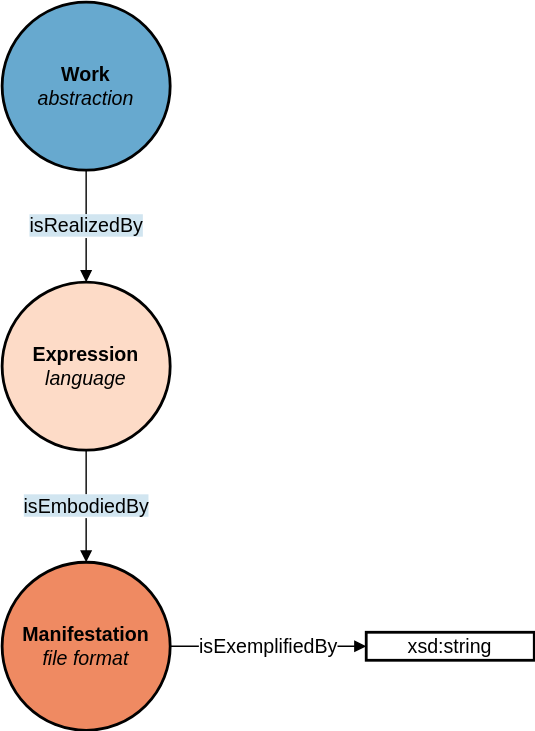
This is doc/img/abstraction_levels.svg from swiss/fedlex-jolux, a draw.io export, as it was before one commit. Source tidied: cells renumbered, new cells last; positions are measured from the earlier drawing's top-left corner, leaving out a move shared by most shapes.
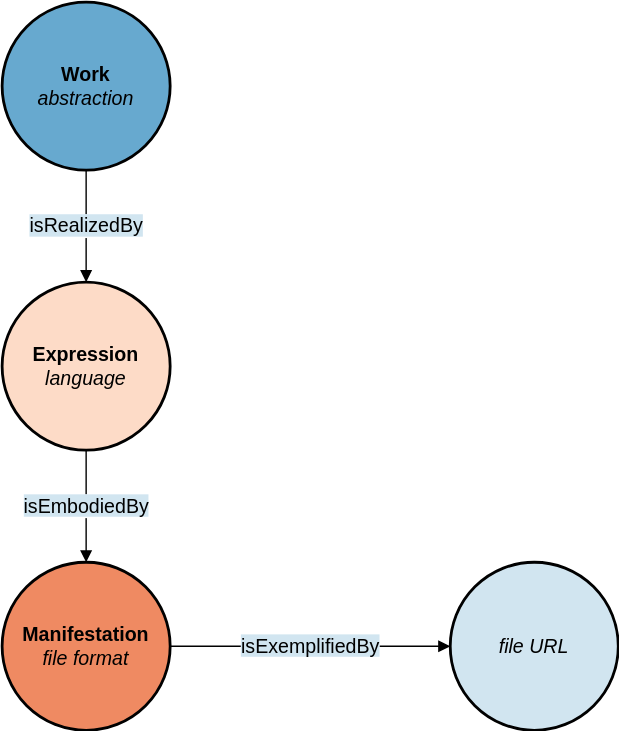
Later version of the same file.

The edit, as a diff of the source:
```diff
@@ -5,12 +5,6 @@
     <mxCell id="2" value="&lt;b&gt;Work&lt;/b&gt;&lt;br&gt;&lt;i&gt;abstraction&lt;/i&gt;" style="ellipse;whiteSpace=wrap;html=1;rounded=0;shadow=0;glass=0;comic=0;strokeColor=#000000;strokeWidth=2;fillColor=#67A9CF;gradientColor=none;fontSize=14;fontColor=#000000;align=center;" parent="1" vertex="1">
       <mxGeometry width="120" height="120" as="geometry" />
     </mxCell>
-    <mxCell id="3" value="xsd:string" style="whiteSpace=wrap;html=1;rounded=0;shadow=0;glass=0;comic=0;strokeColor=#000000;strokeWidth=2;fillColor=#FFFFFF;gradientColor=none;fontSize=14;fontColor=#000000;align=center;" parent="1" vertex="1">
-      <mxGeometry x="260" y="450" width="120" height="20" as="geometry" />
-    </mxCell>
-    <mxCell id="4" value="isExemplifiedBy" style="endArrow=block;html=1;strokeColor=#000000;fontSize=14;fontColor=#000000;endFill=1;exitX=1;exitY=0.5;exitDx=0;exitDy=0;entryX=0;entryY=0.5;entryDx=0;entryDy=0;" parent="1" edge="1" source="7" target="3">
-      <mxGeometry relative="1" as="geometry" />
-    </mxCell>
     <mxCell id="5" value="&lt;span style=&quot;background-color: rgb(209, 229, 240);&quot;&gt;isRealizedBy&lt;/span&gt;" style="endArrow=block;html=1;strokeColor=#000000;fontSize=14;fontColor=#000000;endFill=1;exitX=0.5;exitY=1;exitDx=0;exitDy=0;entryX=0.5;entryY=0;entryDx=0;entryDy=0;" parent="1" edge="1" source="2" target="6">
       <mxGeometry relative="1" as="geometry" />
     </mxCell>
@@ -23,5 +17,11 @@
     <mxCell id="8" value="&lt;span style=&quot;background-color: rgb(209, 229, 240);&quot;&gt;isEmbodiedBy&lt;/span&gt;" style="endArrow=block;html=1;strokeColor=#000000;fontSize=14;fontColor=#000000;endFill=1;exitX=0.5;exitY=1;exitDx=0;exitDy=0;entryX=0.5;entryY=0;entryDx=0;entryDy=0;" parent="1" edge="1" source="6" target="7">
       <mxGeometry relative="1" as="geometry" />
     </mxCell>
+    <mxCell id="9" value="&lt;i&gt;file URL&lt;/i&gt;" style="ellipse;whiteSpace=wrap;html=1;rounded=0;shadow=0;glass=0;comic=0;strokeColor=#000000;strokeWidth=2;fillColor=#D1E5F0;gradientColor=none;fontSize=14;fontColor=#000000;align=center;" parent="1" vertex="1">
+      <mxGeometry x="320" y="400" width="120" height="120" as="geometry" />
+    </mxCell>
+    <mxCell id="4" value="&lt;span style=&quot;background-color: rgb(209, 229, 240);&quot;&gt;isExemplifiedBy&lt;/span&gt;" style="endArrow=block;html=1;strokeColor=#000000;fontSize=14;fontColor=#000000;endFill=1;exitX=1;exitY=0.5;exitDx=0;exitDy=0;entryX=0;entryY=0.5;entryDx=0;entryDy=0;" parent="1" edge="1" source="7" target="9">
+      <mxGeometry relative="1" as="geometry" />
+    </mxCell>
   </root>
 </mxGraphModel>
```
